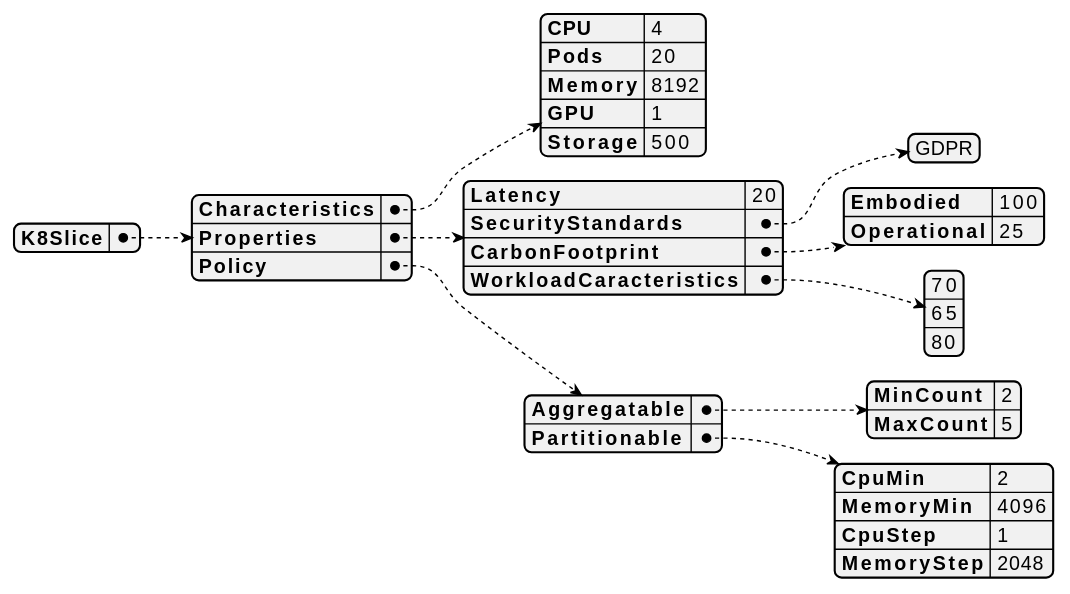
Earlier version of the PlantUML export models/examples/svg/flavor-types/k8slice.svg (fluidos-project/REAR-data-models).
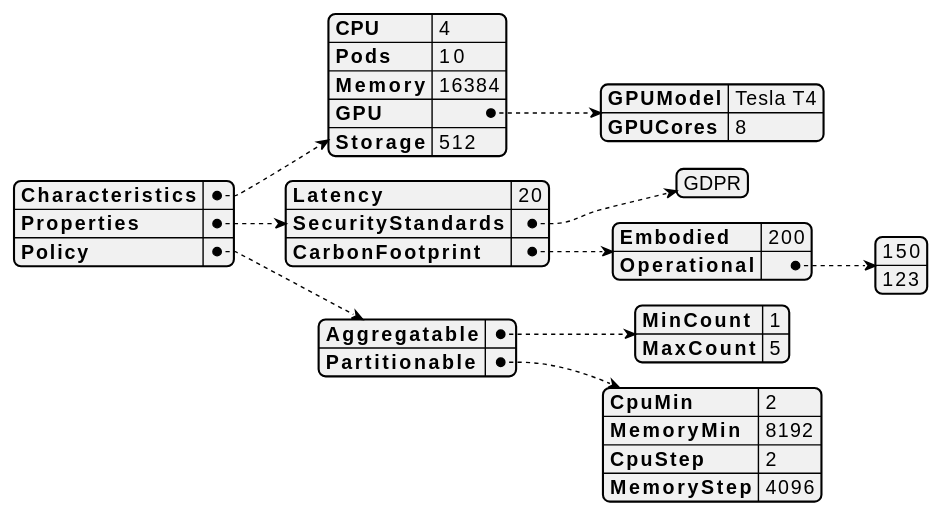
After the commit.

What changed in the source:
```diff
@@ -1,40 +1,38 @@
 @startjson
 {
-  "K8Slice": {
-    "Characteristics": {
-      "CPU": 4,
-      "Pods": 20,
-      "Memory": 8192,
-      "GPU": 1,
-      "Storage": 500
+  "Characteristics": {
+    "CPU": 4,
+    "Pods": 10,
+    "Memory": 16384,
+    "GPU": {
+      "GPUModel": "Tesla T4",
+      "GPUCores": 8
     },
-    "Properties": {
-      "Latency": 20,
-      "SecurityStandards": [
-        "GDPR"
-      ],
-      "CarbonFootprint": {
-        "Embodied": 100,
-        "Operational": 25
-      },
-      "WorkloadCaracteristics": [
-        70,
-        65,
-        80
+    "Storage": 512
+  },
+  "Properties": {
+    "Latency": 20,
+    "SecurityStandards": ["GDPR"],
+    "CarbonFootprint": {
+      "Embodied": 200,
+      "Operational": [
+        150,
+        123
       ]
+    }
+  },
+  "Policy": {
+    "Aggregatable": {
+      "MinCount": 1,
+      "MaxCount": 5
     },
-    "Policy": {
-      "Aggregatable": {
-        "MinCount": 2,
-        "MaxCount": 5
-      },
-      "Partitionable": {
-        "CpuMin": 2,
-        "MemoryMin": 4096,
-        "CpuStep": 1,
-        "MemoryStep": 2048
-      }
+    "Partitionable": {
+      "CpuMin": 2,
+      "MemoryMin": 8192,
+      "CpuStep": 2,
+      "MemoryStep": 4096
     }
   }
 }
+
 @endjson
```
